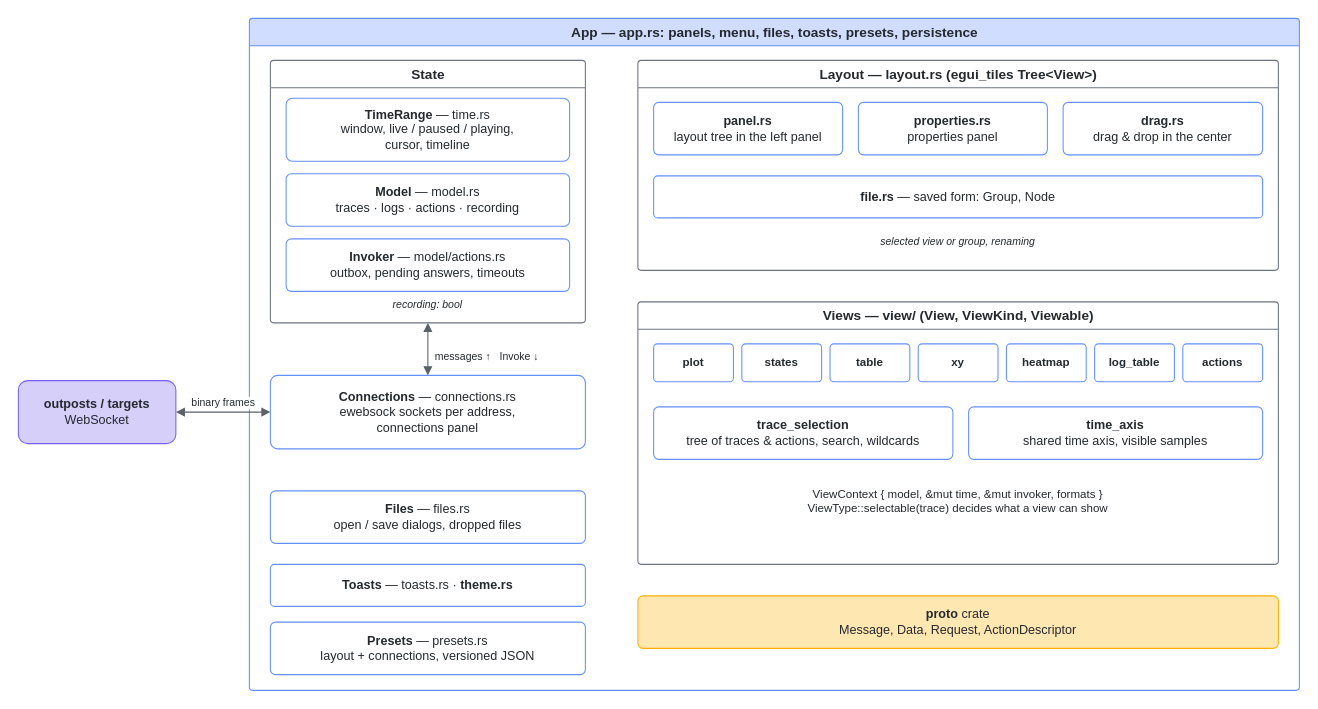
Earlier version of the draw.io diagram doc/source/diagrams/blip-modules.drawio (stefanluethi/blip). Source tidied: cells renumbered, new cells numbered last; positions are measured from the earlier drawing's top-left corner, leaving out a move shared by most shapes. Both pictures are drawn from the tidied source at 105%, with x=0, y=0 at pixel (18, 18).
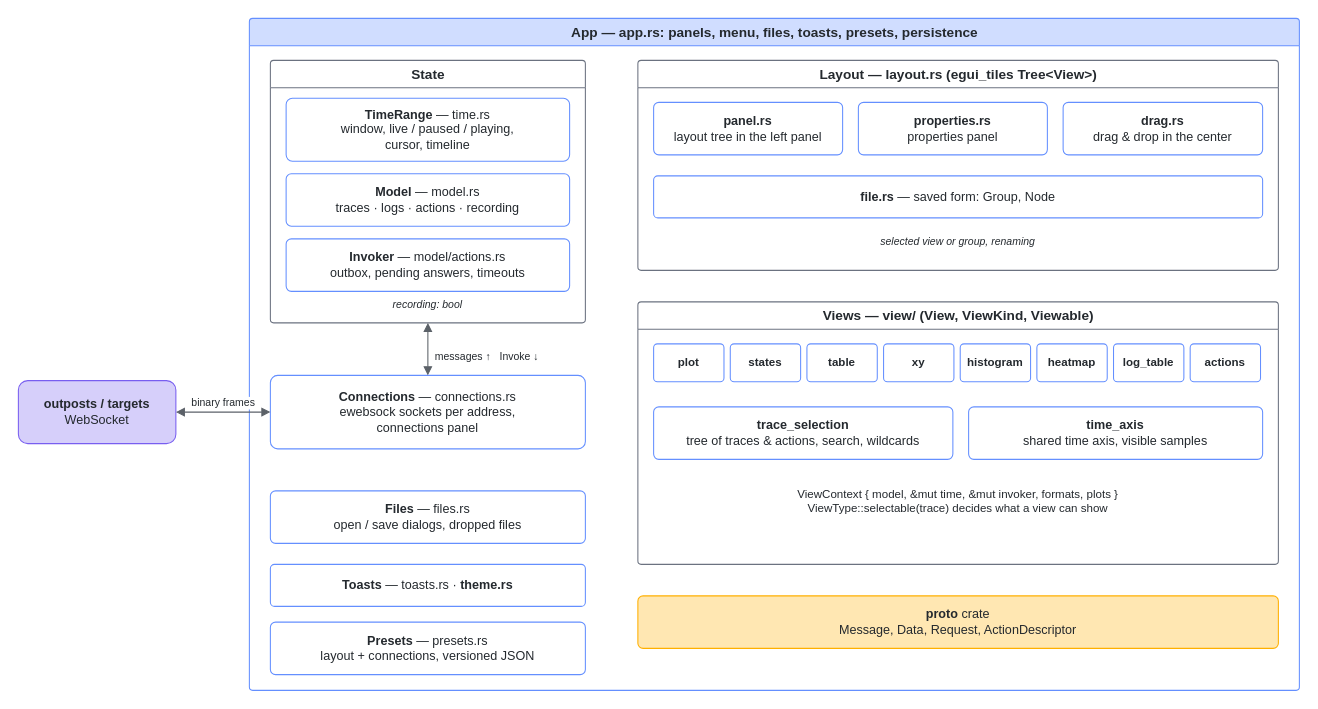
The same page after the edit.

The change refers to these unchanged cells:
```xml
<mxCell id="18" value="&lt;b&gt;Views&lt;/b&gt; — view/ (View, ViewKind, Viewable)" style="fontColor=#24292e;fontFamily=Fira Sans,Helvetica,Arial,sans-serif;swimlane;startSize=26;html=1;rounded=1;arcSize=4;fillColor=#ffffff;strokeColor=#6b7280;fontSize=13;swimlaneFillColor=none;" parent="2" vertex="1">
  <mxGeometry x="370" y="270" width="610" height="250" as="geometry" />
</mxCell>
```

The edit, as a diff of the source:
```diff
@@
     <mxCell id="19" value="&lt;b&gt;plot&lt;/b&gt;" style="fontColor=#24292e;fontFamily=Fira Sans,Helvetica,Arial,sans-serif;rounded=1;whiteSpace=wrap;html=1;arcSize=10;fillColor=#ffffff;strokeColor=#648fff;fontSize=12;fontSize=11;" parent="18" vertex="1">
-      <mxGeometry x="15" y="40" width="76" height="36" as="geometry" />
+      <mxGeometry x="15" y="40" width="67" height="36" as="geometry" />
     </mxCell>
     <mxCell id="20" value="&lt;b&gt;states&lt;/b&gt;" style="fontColor=#24292e;fontFamily=Fira Sans,Helvetica,Arial,sans-serif;rounded=1;whiteSpace=wrap;html=1;arcSize=10;fillColor=#ffffff;strokeColor=#648fff;fontSize=12;fontSize=11;" parent="18" vertex="1">
-      <mxGeometry x="99" y="40" width="76" height="36" as="geometry" />
+      <mxGeometry x="88" y="40" width="67" height="36" as="geometry" />
     </mxCell>
     <mxCell id="21" value="&lt;b&gt;table&lt;/b&gt;" style="fontColor=#24292e;fontFamily=Fira Sans,Helvetica,Arial,sans-serif;rounded=1;whiteSpace=wrap;html=1;arcSize=10;fillColor=#ffffff;strokeColor=#648fff;fontSize=12;fontSize=11;" parent="18" vertex="1">
-      <mxGeometry x="183" y="40" width="76" height="36" as="geometry" />
+      <mxGeometry x="161" y="40" width="67" height="36" as="geometry" />
     </mxCell>
     <mxCell id="22" value="&lt;b&gt;xy&lt;/b&gt;" style="fontColor=#24292e;fontFamily=Fira Sans,Helvetica,Arial,sans-serif;rounded=1;whiteSpace=wrap;html=1;arcSize=10;fillColor=#ffffff;strokeColor=#648fff;fontSize=12;fontSize=11;" parent="18" vertex="1">
-      <mxGeometry x="267" y="40" width="76" height="36" as="geometry" />
+      <mxGeometry x="234" y="40" width="67" height="36" as="geometry" />
     </mxCell>
+    <mxCell id="34" value="&lt;b&gt;histogram&lt;/b&gt;" style="fontColor=#24292e;fontFamily=Fira Sans,Helvetica,Arial,sans-serif;rounded=1;whiteSpace=wrap;html=1;arcSize=10;fillColor=#ffffff;strokeColor=#648fff;fontSize=12;fontSize=11;" parent="18" vertex="1">
+      <mxGeometry x="307" y="40" width="67" height="36" as="geometry" />
+    </mxCell>
     <mxCell id="23" value="&lt;b&gt;heatmap&lt;/b&gt;" style="fontColor=#24292e;fontFamily=Fira Sans,Helvetica,Arial,sans-serif;rounded=1;whiteSpace=wrap;html=1;arcSize=10;fillColor=#ffffff;strokeColor=#648fff;fontSize=12;fontSize=11;" parent="18" vertex="1">
-      <mxGeometry x="351" y="40" width="76" height="36" as="geometry" />
+      <mxGeometry x="380" y="40" width="67" height="36" as="geometry" />
     </mxCell>
     <mxCell id="24" value="&lt;b&gt;log_table&lt;/b&gt;" style="fontColor=#24292e;fontFamily=Fira Sans,Helvetica,Arial,sans-serif;rounded=1;whiteSpace=wrap;html=1;arcSize=10;fillColor=#ffffff;strokeColor=#648fff;fontSize=12;fontSize=11;" parent="18" vertex="1">
-      <mxGeometry x="435" y="40" width="76" height="36" as="geometry" />
+      <mxGeometry x="453" y="40" width="67" height="36" as="geometry" />
     </mxCell>
     <mxCell id="25" value="&lt;b&gt;actions&lt;/b&gt;" style="fontColor=#24292e;fontFamily=Fira Sans,Helvetica,Arial,sans-serif;rounded=1;whiteSpace=wrap;html=1;arcSize=10;fillColor=#ffffff;strokeColor=#648fff;fontSize=12;fontSize=11;" parent="18" vertex="1">
-      <mxGeometry x="519" y="40" width="76" height="36" as="geometry" />
+      <mxGeometry x="526" y="40" width="67" height="36" as="geometry" />
     </mxCell>
@@
-    <mxCell id="28" value="ViewContext { model, &amp;amp;mut time, &amp;amp;mut invoker, formats }&lt;br&gt;ViewType::selectable(trace) decides what a view can show" style="fontColor=#24292e;fontFamily=Fira Sans,Helvetica,Arial,sans-serif;text;html=1;whiteSpace=wrap;align=center;verticalAlign=middle;fontSize=11;" parent="18" vertex="1">
+    <mxCell id="28" value="ViewContext { model, &amp;amp;mut time, &amp;amp;mut invoker, formats, plots }&lt;br&gt;ViewType::selectable(trace) decides what a view can show" style="fontColor=#24292e;fontFamily=Fira Sans,Helvetica,Arial,sans-serif;text;html=1;whiteSpace=wrap;align=center;verticalAlign=middle;fontSize=11;" parent="18" vertex="1">
       <mxGeometry x="15" y="165" width="580" height="50" as="geometry" />
     </mxCell>
```
